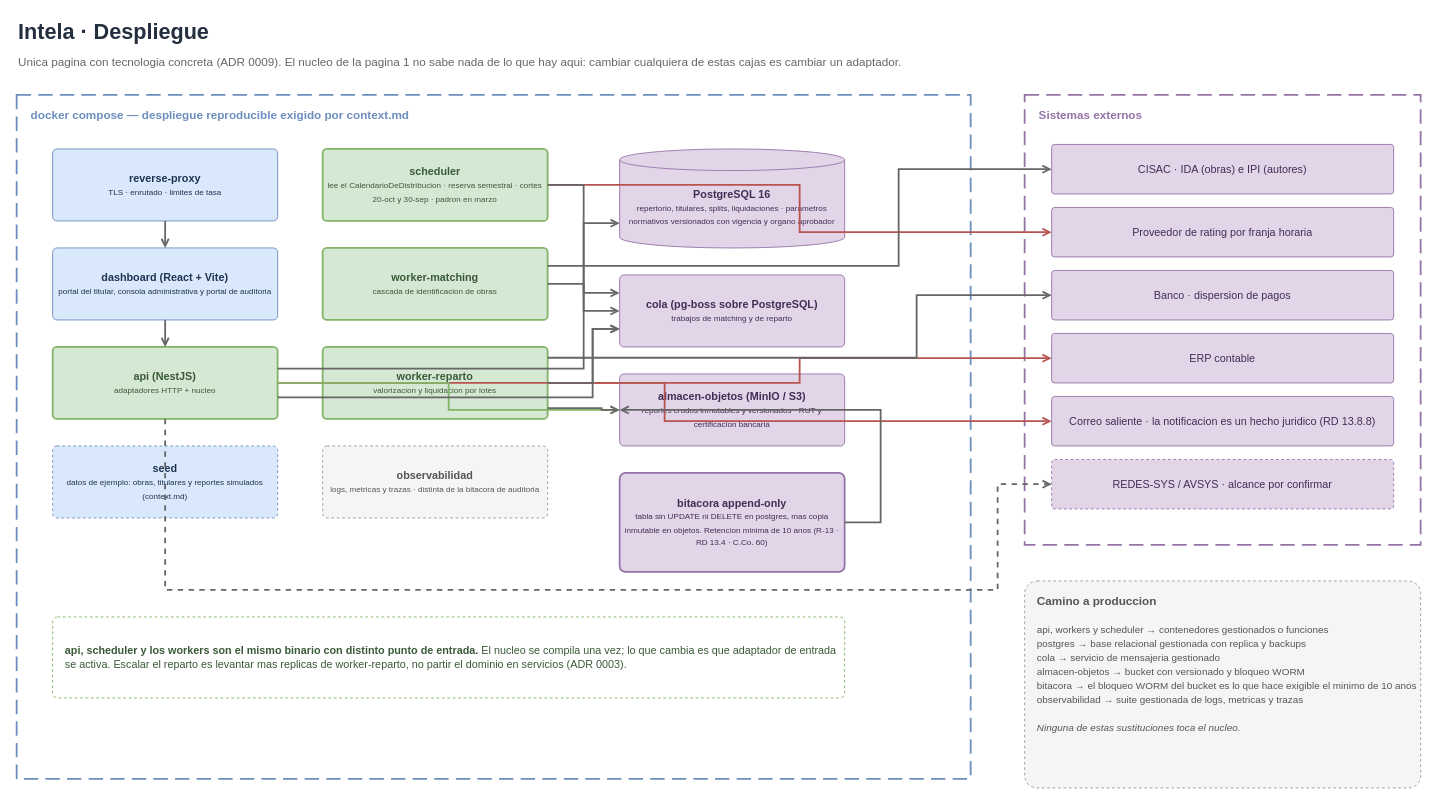
This is page "3 - Despliegue" (3 of 3) of docs/PATIC2 - Arquitectura.drawio from rosvend/intela, a draw.io file, before an edit. Source tidied: cells renumbered, new cells numbered last; positions are measured from the earlier drawing's top-left corner, leaving out a move shared by most shapes. Both pictures are drawn from the tidied source at 90%, with x=0, y=0 at pixel (16, 15).
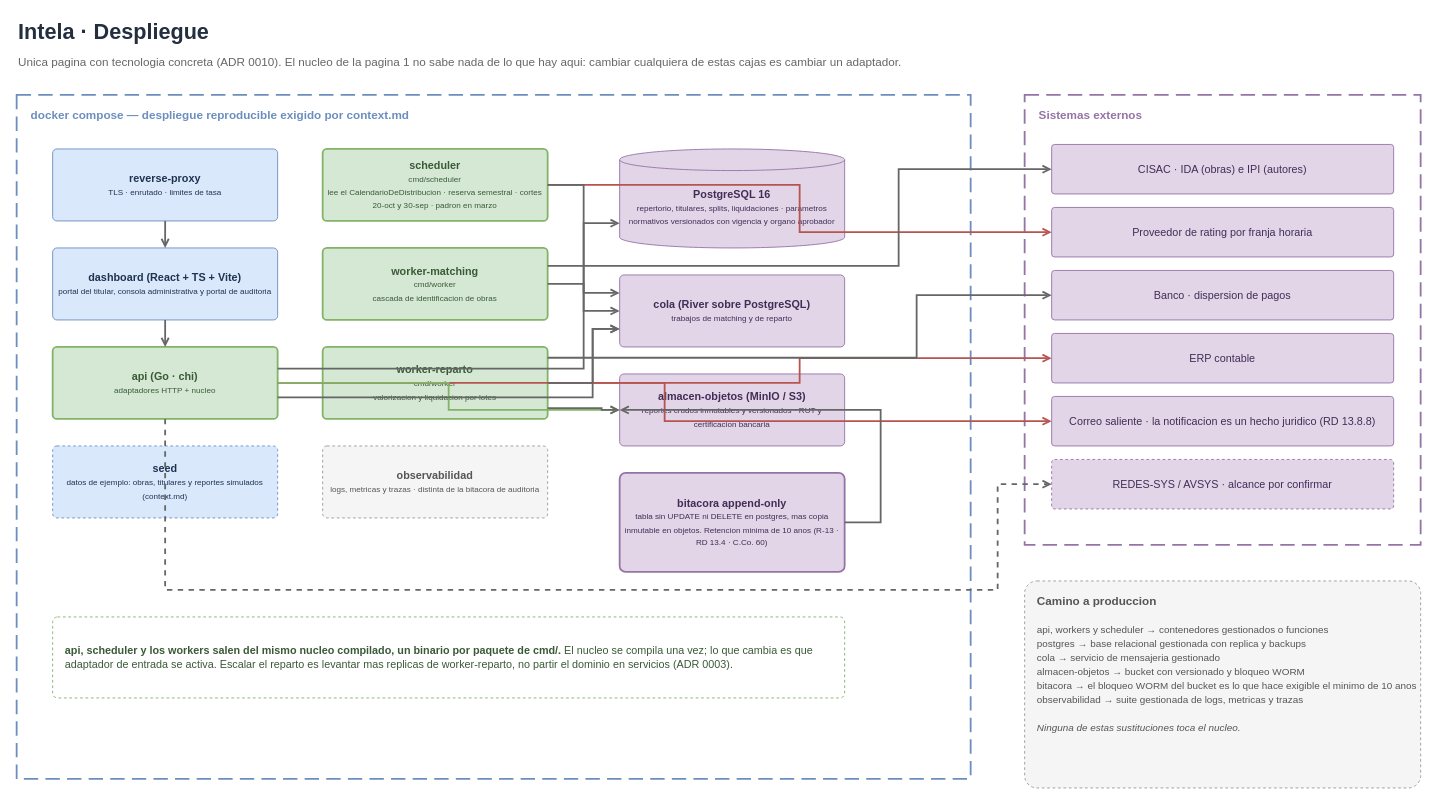
The same page after the edit.

Change to the diagram source:
```diff
@@
-    <mxCell id="3" value="Unica pagina con tecnologia concreta (ADR 0009). El nucleo de la pagina 1 no sabe nada de lo que hay aqui: cambiar cualquiera de estas cajas es cambiar un adaptador." style="text;html=1;strokeColor=none;fillColor=none;align=left;verticalAlign=middle;fontSize=13;fontColor=#666666;" parent="1" vertex="1">
+    <mxCell id="3" value="Unica pagina con tecnologia concreta (ADR 0010). El nucleo de la pagina 1 no sabe nada de lo que hay aqui: cambiar cualquiera de estas cajas es cambiar un adaptador." style="text;html=1;strokeColor=none;fillColor=none;align=left;verticalAlign=middle;fontSize=13;fontColor=#666666;" parent="1" vertex="1">
       <mxGeometry y="40" width="1580" height="22" as="geometry" />
     </mxCell>
@@
-    <mxCell id="6" value="&lt;b&gt;dashboard (React + Vite)&lt;/b&gt;&lt;br&gt;&lt;font style='font-size:9px'&gt;portal del titular, consola administrativa y portal de auditoria&lt;/font&gt;" style="rounded=1;arcSize=6;whiteSpace=wrap;html=1;fillColor=#dae8fc;strokeColor=#6c8ebf;fontSize=12;align=center;verticalAlign=middle;fontColor=#1f3350;" parent="1" vertex="1">
+    <mxCell id="6" value="&lt;b&gt;dashboard (React + TS + Vite)&lt;/b&gt;&lt;br&gt;&lt;font style='font-size:9px'&gt;portal del titular, consola administrativa y portal de auditoria&lt;/font&gt;" style="rounded=1;arcSize=6;whiteSpace=wrap;html=1;fillColor=#dae8fc;strokeColor=#6c8ebf;fontSize=12;align=center;verticalAlign=middle;fontColor=#1f3350;" parent="1" vertex="1">
       <mxGeometry x="40" y="258" width="250" height="80" as="geometry" />
     </mxCell>
-    <mxCell id="7" value="&lt;b&gt;api (NestJS)&lt;/b&gt;&lt;br&gt;&lt;font style='font-size:9px'&gt;adaptadores HTTP + nucleo&lt;/font&gt;" style="rounded=1;arcSize=6;whiteSpace=wrap;html=1;fillColor=#d5e8d4;strokeColor=#82b366;strokeWidth=2;fontSize=12;align=center;verticalAlign=middle;fontColor=#3a5a37;" parent="1" vertex="1">
+    <mxCell id="7" value="&lt;b&gt;api (Go · chi)&lt;/b&gt;&lt;br&gt;&lt;font style='font-size:9px'&gt;adaptadores HTTP + nucleo&lt;/font&gt;" style="rounded=1;arcSize=6;whiteSpace=wrap;html=1;fillColor=#d5e8d4;strokeColor=#82b366;strokeWidth=2;fontSize=12;align=center;verticalAlign=middle;fontColor=#3a5a37;" parent="1" vertex="1">
       <mxGeometry x="40" y="368" width="250" height="80" as="geometry" />
     </mxCell>
@@
-    <mxCell id="9" value="&lt;b&gt;scheduler&lt;/b&gt;&lt;br&gt;&lt;font style='font-size:9px'&gt;lee el CalendarioDeDistribucion · reserva semestral · cortes 20-oct y 30-sep · padron en marzo&lt;/font&gt;" style="rounded=1;arcSize=6;whiteSpace=wrap;html=1;fillColor=#d5e8d4;strokeColor=#82b366;strokeWidth=2;fontSize=12;align=center;verticalAlign=middle;fontColor=#3a5a37;" parent="1" vertex="1">
+    <mxCell id="9" value="&lt;b&gt;scheduler&lt;/b&gt;&lt;br&gt;&lt;font style='font-size:9px'&gt;cmd/scheduler&lt;/font&gt;&lt;br&gt;&lt;font style='font-size:9px'&gt;lee el CalendarioDeDistribucion · reserva semestral · cortes 20-oct y 30-sep · padron en marzo&lt;/font&gt;" style="rounded=1;arcSize=6;whiteSpace=wrap;html=1;fillColor=#d5e8d4;strokeColor=#82b366;strokeWidth=2;fontSize=12;align=center;verticalAlign=middle;fontColor=#3a5a37;" parent="1" vertex="1">
       <mxGeometry x="340" y="148" width="250" height="80" as="geometry" />
     </mxCell>
-    <mxCell id="10" value="&lt;b&gt;worker-matching&lt;/b&gt;&lt;br&gt;&lt;font style='font-size:9px'&gt;cascada de identificacion de obras&lt;/font&gt;" style="rounded=1;arcSize=6;whiteSpace=wrap;html=1;fillColor=#d5e8d4;strokeColor=#82b366;strokeWidth=2;fontSize=12;align=center;verticalAlign=middle;fontColor=#3a5a37;" parent="1" vertex="1">
+    <mxCell id="10" value="&lt;b&gt;worker-matching&lt;/b&gt;&lt;br&gt;&lt;font style='font-size:9px'&gt;cmd/worker&lt;/font&gt;&lt;br&gt;&lt;font style='font-size:9px'&gt;cascada de identificacion de obras&lt;/font&gt;" style="rounded=1;arcSize=6;whiteSpace=wrap;html=1;fillColor=#d5e8d4;strokeColor=#82b366;strokeWidth=2;fontSize=12;align=center;verticalAlign=middle;fontColor=#3a5a37;" parent="1" vertex="1">
       <mxGeometry x="340" y="258" width="250" height="80" as="geometry" />
     </mxCell>
-    <mxCell id="11" value="&lt;b&gt;worker-reparto&lt;/b&gt;&lt;br&gt;&lt;font style='font-size:9px'&gt;valorizacion y liquidacion por lotes&lt;/font&gt;" style="rounded=1;arcSize=6;whiteSpace=wrap;html=1;fillColor=#d5e8d4;strokeColor=#82b366;strokeWidth=2;fontSize=12;align=center;verticalAlign=middle;fontColor=#3a5a37;" parent="1" vertex="1">
+    <mxCell id="11" value="&lt;b&gt;worker-reparto&lt;/b&gt;&lt;br&gt;&lt;font style='font-size:9px'&gt;cmd/worker&lt;/font&gt;&lt;br&gt;&lt;font style='font-size:9px'&gt;valorizacion y liquidacion por lotes&lt;/font&gt;" style="rounded=1;arcSize=6;whiteSpace=wrap;html=1;fillColor=#d5e8d4;strokeColor=#82b366;strokeWidth=2;fontSize=12;align=center;verticalAlign=middle;fontColor=#3a5a37;" parent="1" vertex="1">
       <mxGeometry x="340" y="368" width="250" height="80" as="geometry" />
     </mxCell>
@@
-    <mxCell id="14" value="&lt;b&gt;cola (pg-boss sobre PostgreSQL)&lt;/b&gt;&lt;br&gt;&lt;font style='font-size:9px'&gt;trabajos de matching y de reparto&lt;/font&gt;" style="rounded=1;arcSize=6;whiteSpace=wrap;html=1;fillColor=#e1d5e7;strokeColor=#9673a6;fontSize=12;align=center;verticalAlign=middle;fontColor=#432d57;" parent="1" vertex="1">
+    <mxCell id="14" value="&lt;b&gt;cola (River sobre PostgreSQL)&lt;/b&gt;&lt;br&gt;&lt;font style='font-size:9px'&gt;trabajos de matching y de reparto&lt;/font&gt;" style="rounded=1;arcSize=6;whiteSpace=wrap;html=1;fillColor=#e1d5e7;strokeColor=#9673a6;fontSize=12;align=center;verticalAlign=middle;fontColor=#432d57;" parent="1" vertex="1">
       <mxGeometry x="670" y="288" width="250" height="80" as="geometry" />
     </mxCell>
@@
-    <mxCell id="17" value="&lt;b&gt;api, scheduler y los workers son el mismo binario con distinto punto de entrada.&lt;/b&gt; El nucleo se compila una vez; lo que cambia es que adaptador de entrada se activa. Escalar el reparto es levantar mas replicas de worker-reparto, no partir el dominio en servicios (ADR 0003)." style="rounded=1;arcSize=6;whiteSpace=wrap;html=1;fillColor=#ffffff;strokeColor=#82b366;dashed=1;fontSize=12;align=left;verticalAlign=middle;spacingLeft=12;fontColor=#3a5a37;" parent="1" vertex="1">
+    <mxCell id="17" value="&lt;b&gt;api, scheduler y los workers salen del mismo nucleo compilado, un binario por paquete de cmd/.&lt;/b&gt; El nucleo se compila una vez; lo que cambia es que adaptador de entrada se activa. Escalar el reparto es levantar mas replicas de worker-reparto, no partir el dominio en servicios (ADR 0003)." style="rounded=1;arcSize=6;whiteSpace=wrap;html=1;fillColor=#ffffff;strokeColor=#82b366;dashed=1;fontSize=12;align=left;verticalAlign=middle;spacingLeft=12;fontColor=#3a5a37;" parent="1" vertex="1">
       <mxGeometry x="40" y="668" width="880" height="90" as="geometry" />
     </mxCell>
```
